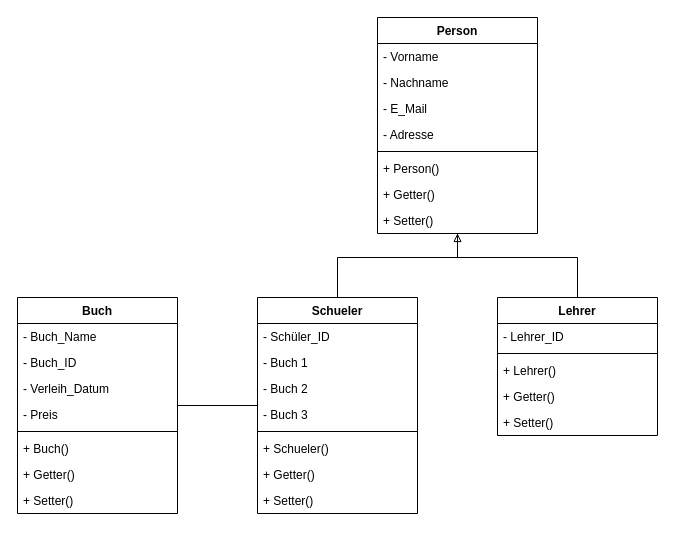
The draw.io diagram UML/Lernsituation 4/Klassendiagramms_Schulbibliothek.drawio in Exentera/CSHRP-Lernprozess, before the edit. Source tidied: cells renumbered, new cells numbered last; positions are measured from the earlier drawing's top-left corner, leaving out a move shared by most shapes. Both pictures are drawn from the tidied source at 100%, with x=0, y=0 at pixel (17, 17).
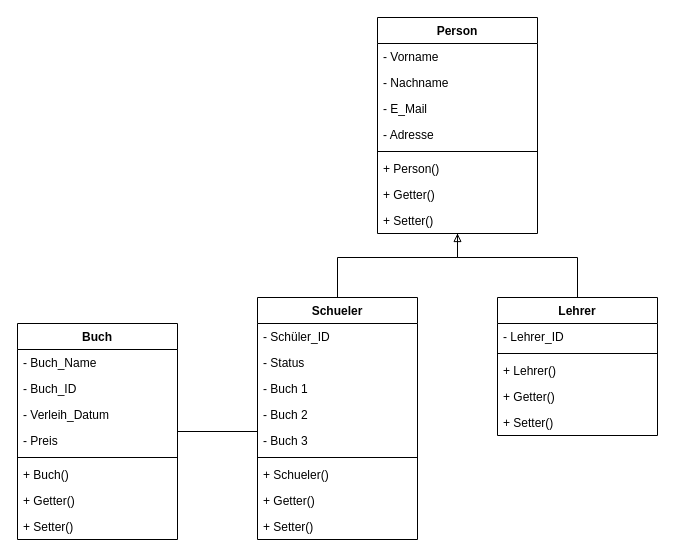
The same diagram, later.

Change to the diagram source:
```diff
@@
     <mxCell id="2" value="Schueler" style="swimlane;fontStyle=1;align=center;verticalAlign=top;horizontal=1;startSize=26;whiteSpace=wrap;html=1;" parent="1" vertex="1">
-      <mxGeometry x="240" y="280" width="160" height="216" as="geometry" />
+      <mxGeometry x="240" y="280" width="160" height="242" as="geometry" />
     </mxCell>
@@
+    <mxCell id="38" value="- Status" style="text;strokeColor=none;fillColor=none;align=left;verticalAlign=top;spacingLeft=4;spacingRight=4;overflow=hidden;whiteSpace=wrap;html=1;" parent="2" vertex="1">
+      <mxGeometry y="52" width="160" height="26" as="geometry" />
+    </mxCell>
     <mxCell id="4" value="- Buch 1" style="text;strokeColor=none;fillColor=none;align=left;verticalAlign=top;spacingLeft=4;spacingRight=4;overflow=hidden;whiteSpace=wrap;html=1;" parent="2" vertex="1">
-      <mxGeometry y="52" width="160" height="26" as="geometry" />
+      <mxGeometry y="78" width="160" height="26" as="geometry" />
     </mxCell>
     <mxCell id="5" value="- Buch 2" style="text;strokeColor=none;fillColor=none;align=left;verticalAlign=top;spacingLeft=4;spacingRight=4;overflow=hidden;whiteSpace=wrap;html=1;" parent="2" vertex="1">
-      <mxGeometry y="78" width="160" height="26" as="geometry" />
+      <mxGeometry y="104" width="160" height="26" as="geometry" />
     </mxCell>
     <mxCell id="6" value="- Buch 3" style="text;strokeColor=none;fillColor=none;align=left;verticalAlign=top;spacingLeft=4;spacingRight=4;overflow=hidden;points=[[0,0.5],[1,0.5]];portConstraint=eastwest;whiteSpace=wrap;html=1;" parent="2" vertex="1">
-      <mxGeometry y="104" width="160" height="26" as="geometry" />
+      <mxGeometry y="130" width="160" height="26" as="geometry" />
     </mxCell>
     <mxCell id="7" style="line;strokeWidth=1;fillColor=none;align=left;verticalAlign=middle;spacingTop=-1;spacingLeft=3;spacingRight=3;labelPosition=right;strokeColor=inherit;" parent="2" vertex="1">
-      <mxGeometry y="130" width="160" height="8" as="geometry" />
+      <mxGeometry y="156" width="160" height="8" as="geometry" />
     </mxCell>
     <mxCell id="8" value="+ Schueler()" style="text;strokeColor=none;fillColor=none;align=left;verticalAlign=top;spacingLeft=4;spacingRight=4;overflow=hidden;whiteSpace=wrap;html=1;" parent="2" vertex="1">
-      <mxGeometry y="138" width="160" height="26" as="geometry" />
+      <mxGeometry y="164" width="160" height="26" as="geometry" />
     </mxCell>
     <mxCell id="9" value="+ Getter()" style="text;strokeColor=none;fillColor=none;align=left;verticalAlign=top;spacingLeft=4;spacingRight=4;overflow=hidden;whiteSpace=wrap;html=1;" parent="2" vertex="1">
-      <mxGeometry y="164" width="160" height="26" as="geometry" />
+      <mxGeometry y="190" width="160" height="26" as="geometry" />
     </mxCell>
     <mxCell id="10" value="+ Setter()" style="text;strokeColor=none;fillColor=none;align=left;verticalAlign=top;spacingLeft=4;spacingRight=4;overflow=hidden;whiteSpace=wrap;html=1;" parent="2" vertex="1">
-      <mxGeometry y="190" width="160" height="26" as="geometry" />
+      <mxGeometry y="216" width="160" height="26" as="geometry" />
     </mxCell>
@@
     <mxCell id="28" value="Buch" style="swimlane;fontStyle=1;align=center;verticalAlign=top;horizontal=1;startSize=26;whiteSpace=wrap;html=1;" parent="1" vertex="1">
-      <mxGeometry y="280" width="160" height="216" as="geometry" />
+      <mxGeometry y="306" width="160" height="216" as="geometry" />
     </mxCell>
```
